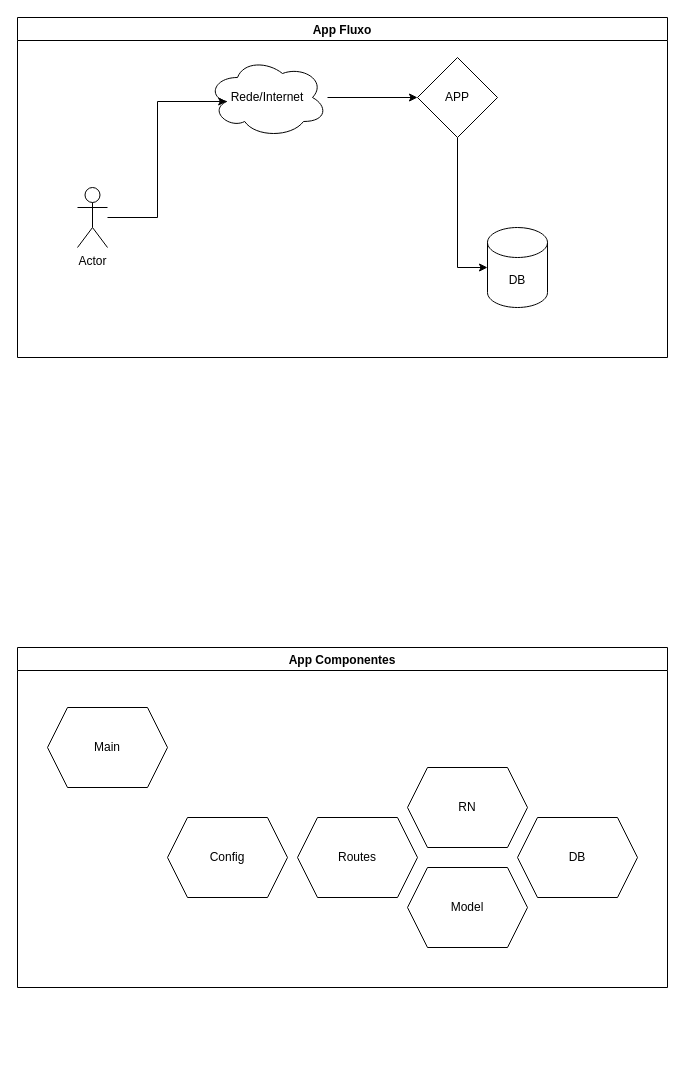
Earlier version of the draw.io diagram doc/Diagrama App.drawio (faelp22/curso_de_go). Source tidied: cells renumbered, new cells numbered last; positions are measured from the earlier drawing's top-left corner, leaving out a move shared by most shapes. Both pictures are drawn from the tidied source at 100%, with x=0, y=0 at pixel (17, 17).
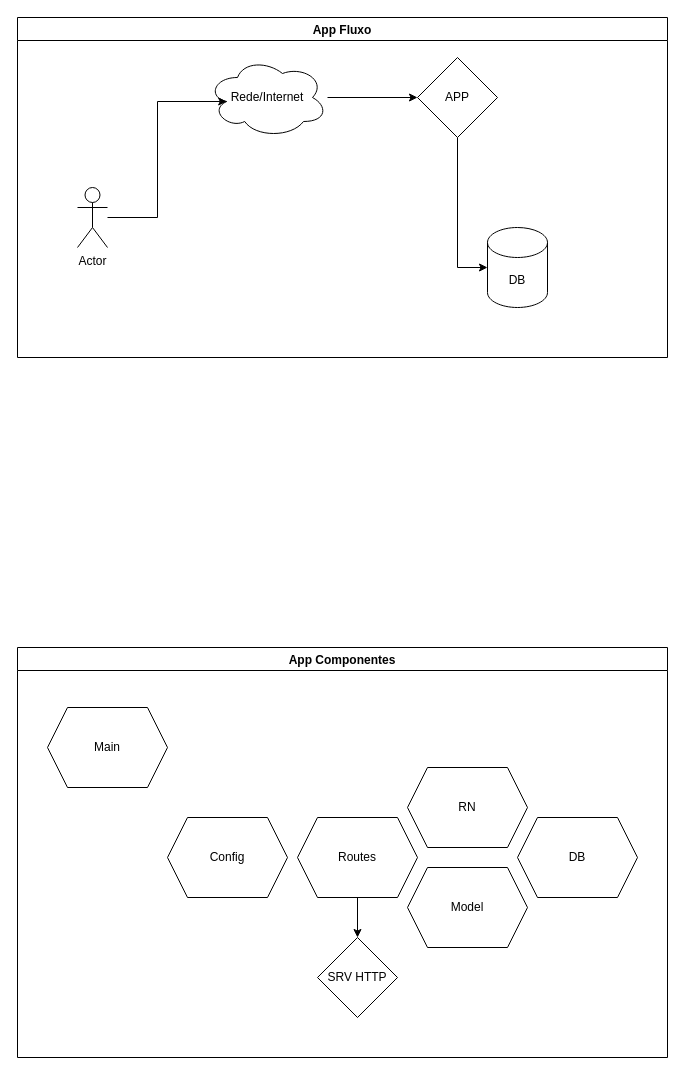
The same diagram, later.

Unchanged cells that the change refers to:
```xml
<mxCell id="5" value="Routes" style="shape=hexagon;perimeter=hexagonPerimeter2;whiteSpace=wrap;html=1;fixedSize=1;" parent="2" vertex="1">
  <mxGeometry x="280" y="170" width="120" height="80" as="geometry" />
</mxCell>
```

Diff of the diagram source:
```diff
@@
     <mxCell id="2" value="App Componentes" style="swimlane;" parent="1" vertex="1">
-      <mxGeometry y="630" width="650" height="340" as="geometry" />
+      <mxGeometry y="630" width="650" height="410" as="geometry" />
     </mxCell>
@@
+    <mxCell id="18" value="SRV HTTP" style="rhombus;whiteSpace=wrap;html=1;" parent="2" vertex="1">
+      <mxGeometry x="300" y="290" width="80" height="80" as="geometry" />
+    </mxCell>
+    <mxCell id="19" style="edgeStyle=orthogonalEdgeStyle;rounded=0;jettySize=auto;html=1;" parent="2" edge="1" source="5" target="18">
+      <mxGeometry relative="1" as="geometry" />
+    </mxCell>
```
